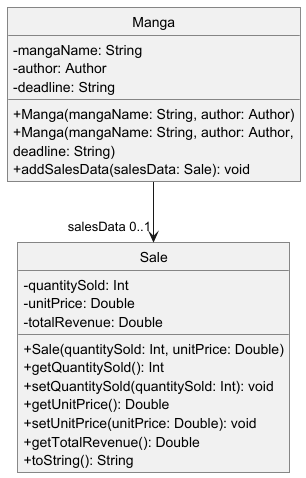
Above: docs/uml/images/MangaSalesClass.png in xenthm/tp (PlantUML), before the change.
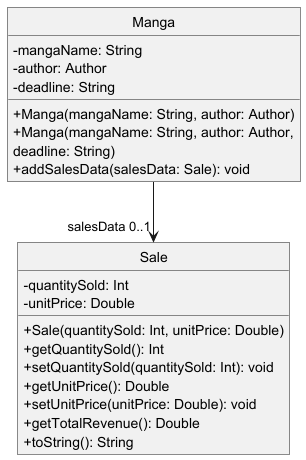
After the change.

Commit message:
Fix MangaSalesClass to excluded totalRevenue

The edit, as a diff of the source:
```diff
@@ -14,7 +14,6 @@
  class Sale {
     -quantitySold: Int
     -unitPrice: Double
-    -totalRevenue: Double
     +Sale(quantitySold: Int, unitPrice: Double)
     +getQuantitySold(): Int
     +setQuantitySold(quantitySold: Int): void
```
